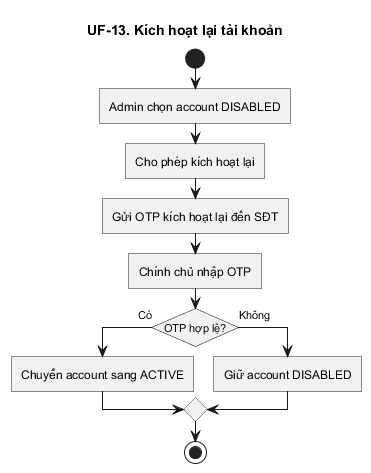
KhaVan-oi/ViClinic keeps this PlantUML diagram as doc/user-flow/13-kich-hoat-lai.png. Above is the earlier version.
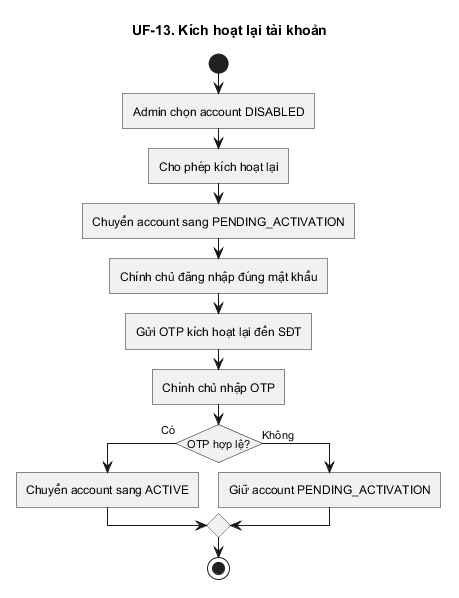
The same diagram one commit later.

The edit, as a diff of the source:
```diff
@@ -8,12 +8,14 @@
 start
 :Admin chọn account DISABLED;
 :Cho phép kích hoạt lại;
+:Chuyển account sang PENDING_ACTIVATION;
+:Chính chủ đăng nhập đúng mật khẩu;
 :Gửi OTP kích hoạt lại đến SĐT;
 :Chính chủ nhập OTP;
 if (OTP hợp lệ?) then (Có)
   :Chuyển account sang ACTIVE;
 else (Không)
-  :Giữ account DISABLED;
+  :Giữ account PENDING_ACTIVATION;
 endif
 stop
 @enduml
```
